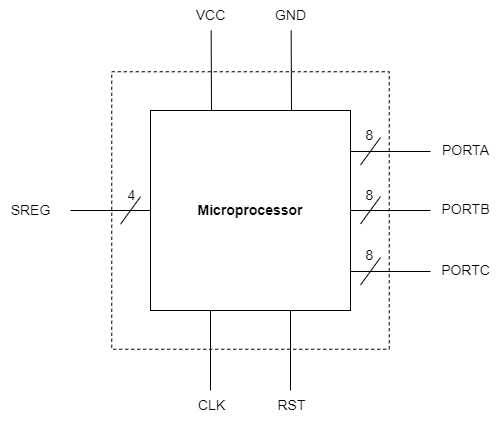
Earlier version of the draw.io export design-assets/microprocessor-as-a-black-box.png (omarelshopky/SAP_based_Microprocessor_Design). Source tidied: cells renumbered, new cells last; positions are measured from the earlier drawing's top-left corner, leaving out a move shared by most shapes.
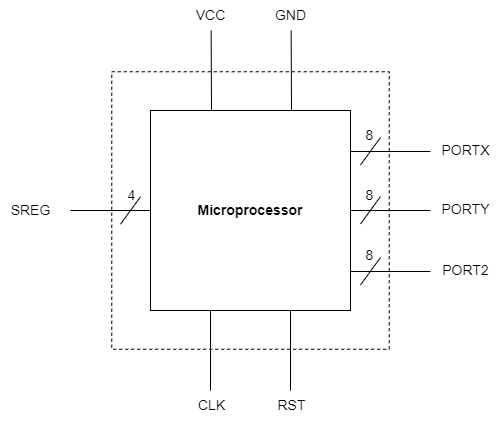
The same file after the commit.

Change to the diagram source:
```diff
@@ -73,10 +73,10 @@
     <mxCell id="17" value="8" style="text;html=1;align=center;verticalAlign=middle;strokeColor=none;fillColor=none;fontSize=14;" parent="1" vertex="1">
       <mxGeometry x="354" y="240" width="30" height="30" as="geometry" />
     </mxCell>
-    <mxCell id="18" value="PORTA" style="text;html=1;align=center;verticalAlign=middle;strokeColor=none;fillColor=none;fontSize=14;" parent="1" vertex="1">
+    <mxCell id="18" value="PORTX" style="text;html=1;align=center;verticalAlign=middle;strokeColor=none;fillColor=none;fontSize=14;" parent="1" vertex="1">
       <mxGeometry x="430" y="135" width="70" height="30" as="geometry" />
     </mxCell>
-    <mxCell id="19" value="PORTC" style="text;html=1;align=center;verticalAlign=middle;strokeColor=none;fillColor=none;fontSize=14;" parent="1" vertex="1">
+    <mxCell id="19" value="PORT2" style="text;html=1;align=center;verticalAlign=middle;strokeColor=none;fillColor=none;fontSize=14;" parent="1" vertex="1">
       <mxGeometry x="430" y="255" width="70" height="30" as="geometry" />
     </mxCell>
     <mxCell id="20" style="endArrow=none;html=1;rounded=0;fontSize=14;" parent="1" edge="1">
@@ -112,7 +112,7 @@
     <mxCell id="26" value="8" style="text;html=1;align=center;verticalAlign=middle;strokeColor=none;fillColor=none;fontSize=14;" parent="1" vertex="1">
       <mxGeometry x="354" y="180" width="30" height="30" as="geometry" />
     </mxCell>
-    <mxCell id="27" value="PORTB" style="text;html=1;align=center;verticalAlign=middle;strokeColor=none;fillColor=none;fontSize=14;" parent="1" vertex="1">
+    <mxCell id="27" value="PORTY" style="text;html=1;align=center;verticalAlign=middle;strokeColor=none;fillColor=none;fontSize=14;" parent="1" vertex="1">
       <mxGeometry x="430" y="194" width="70" height="30" as="geometry" />
     </mxCell>
   </root>
```
